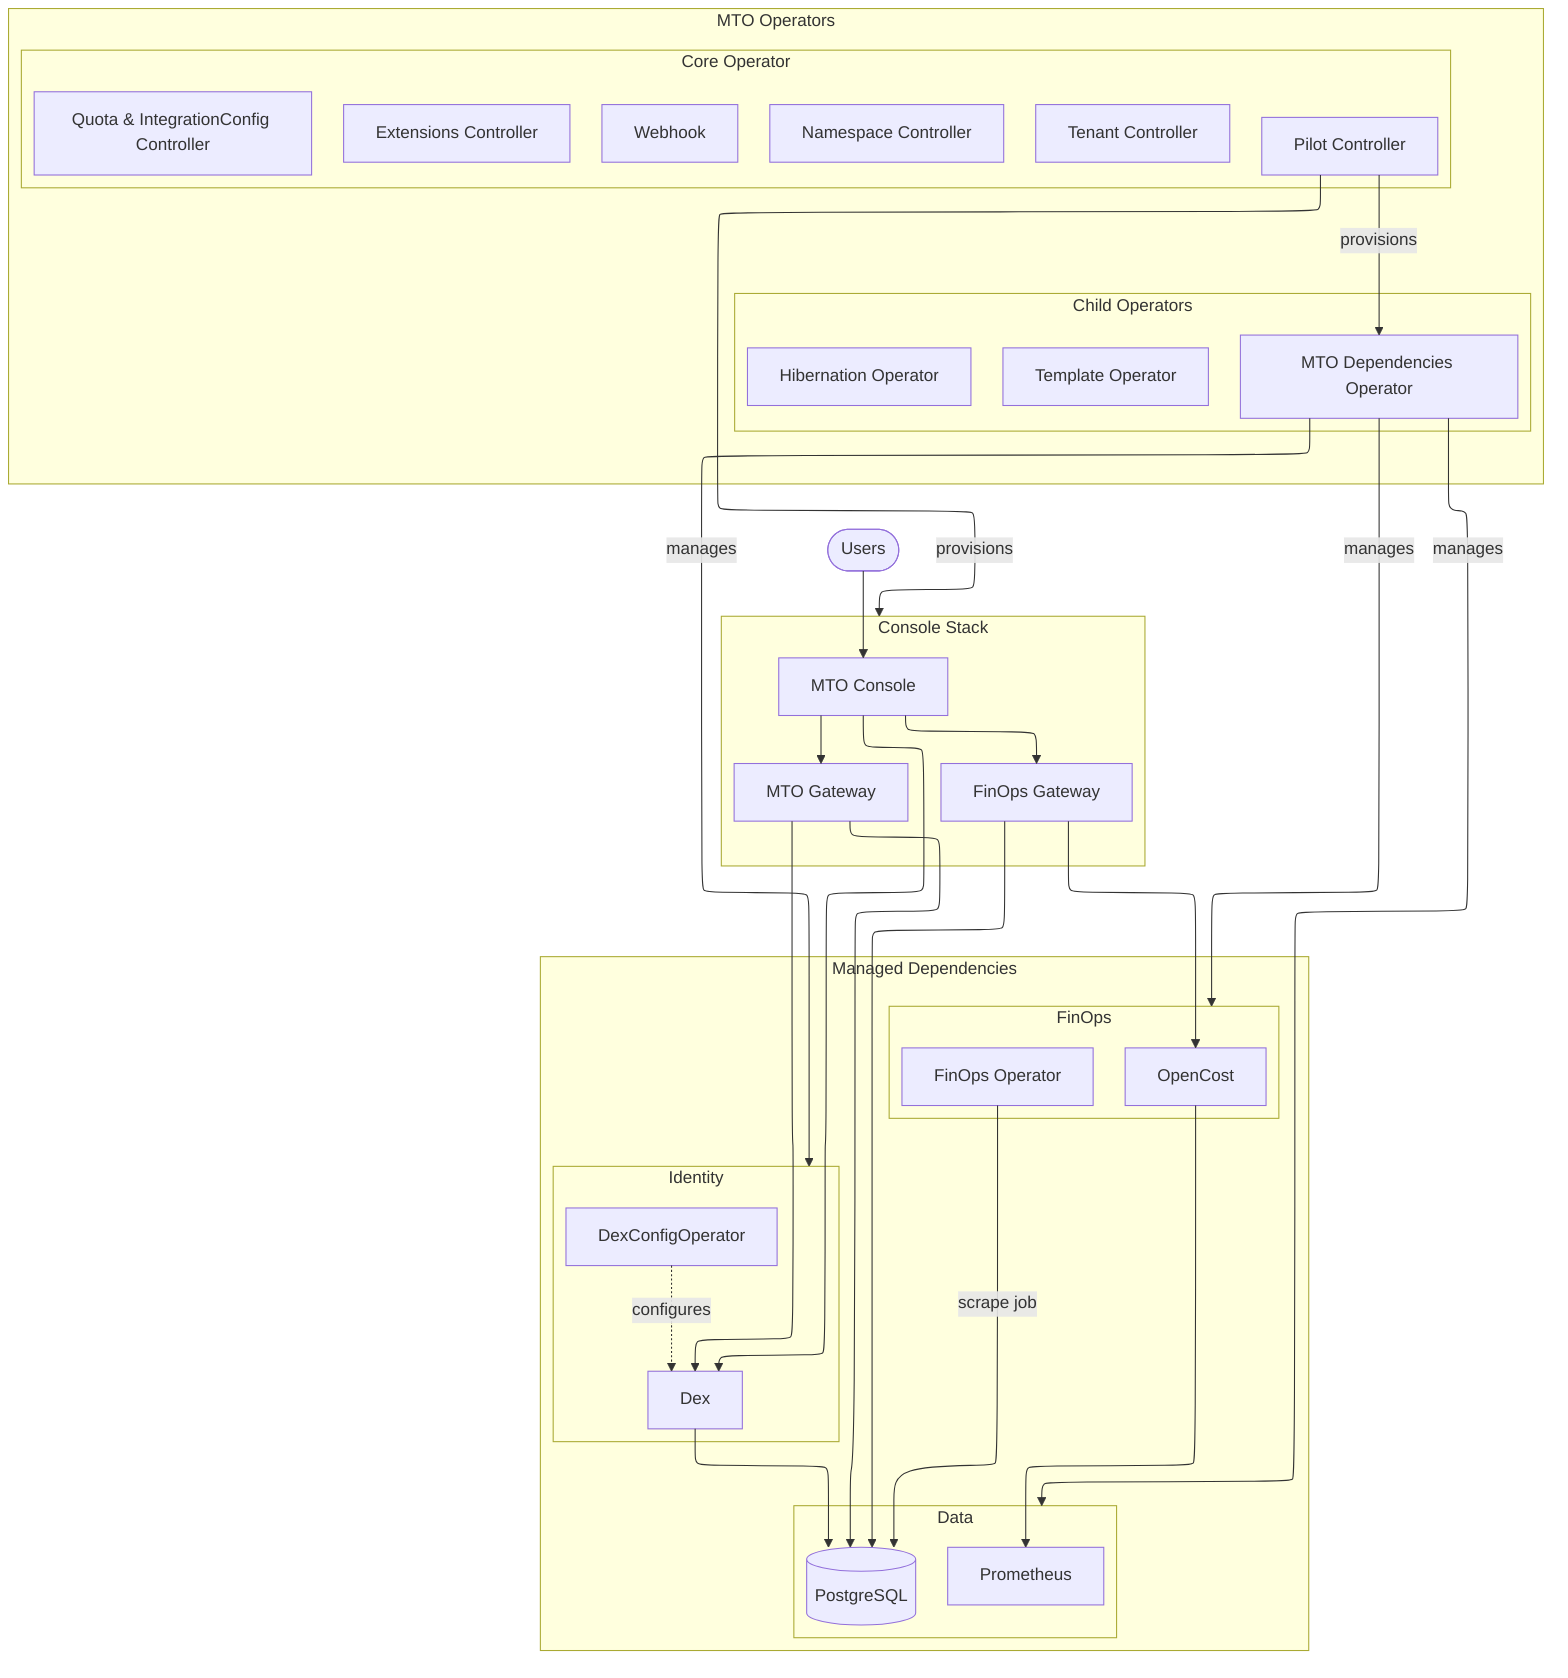
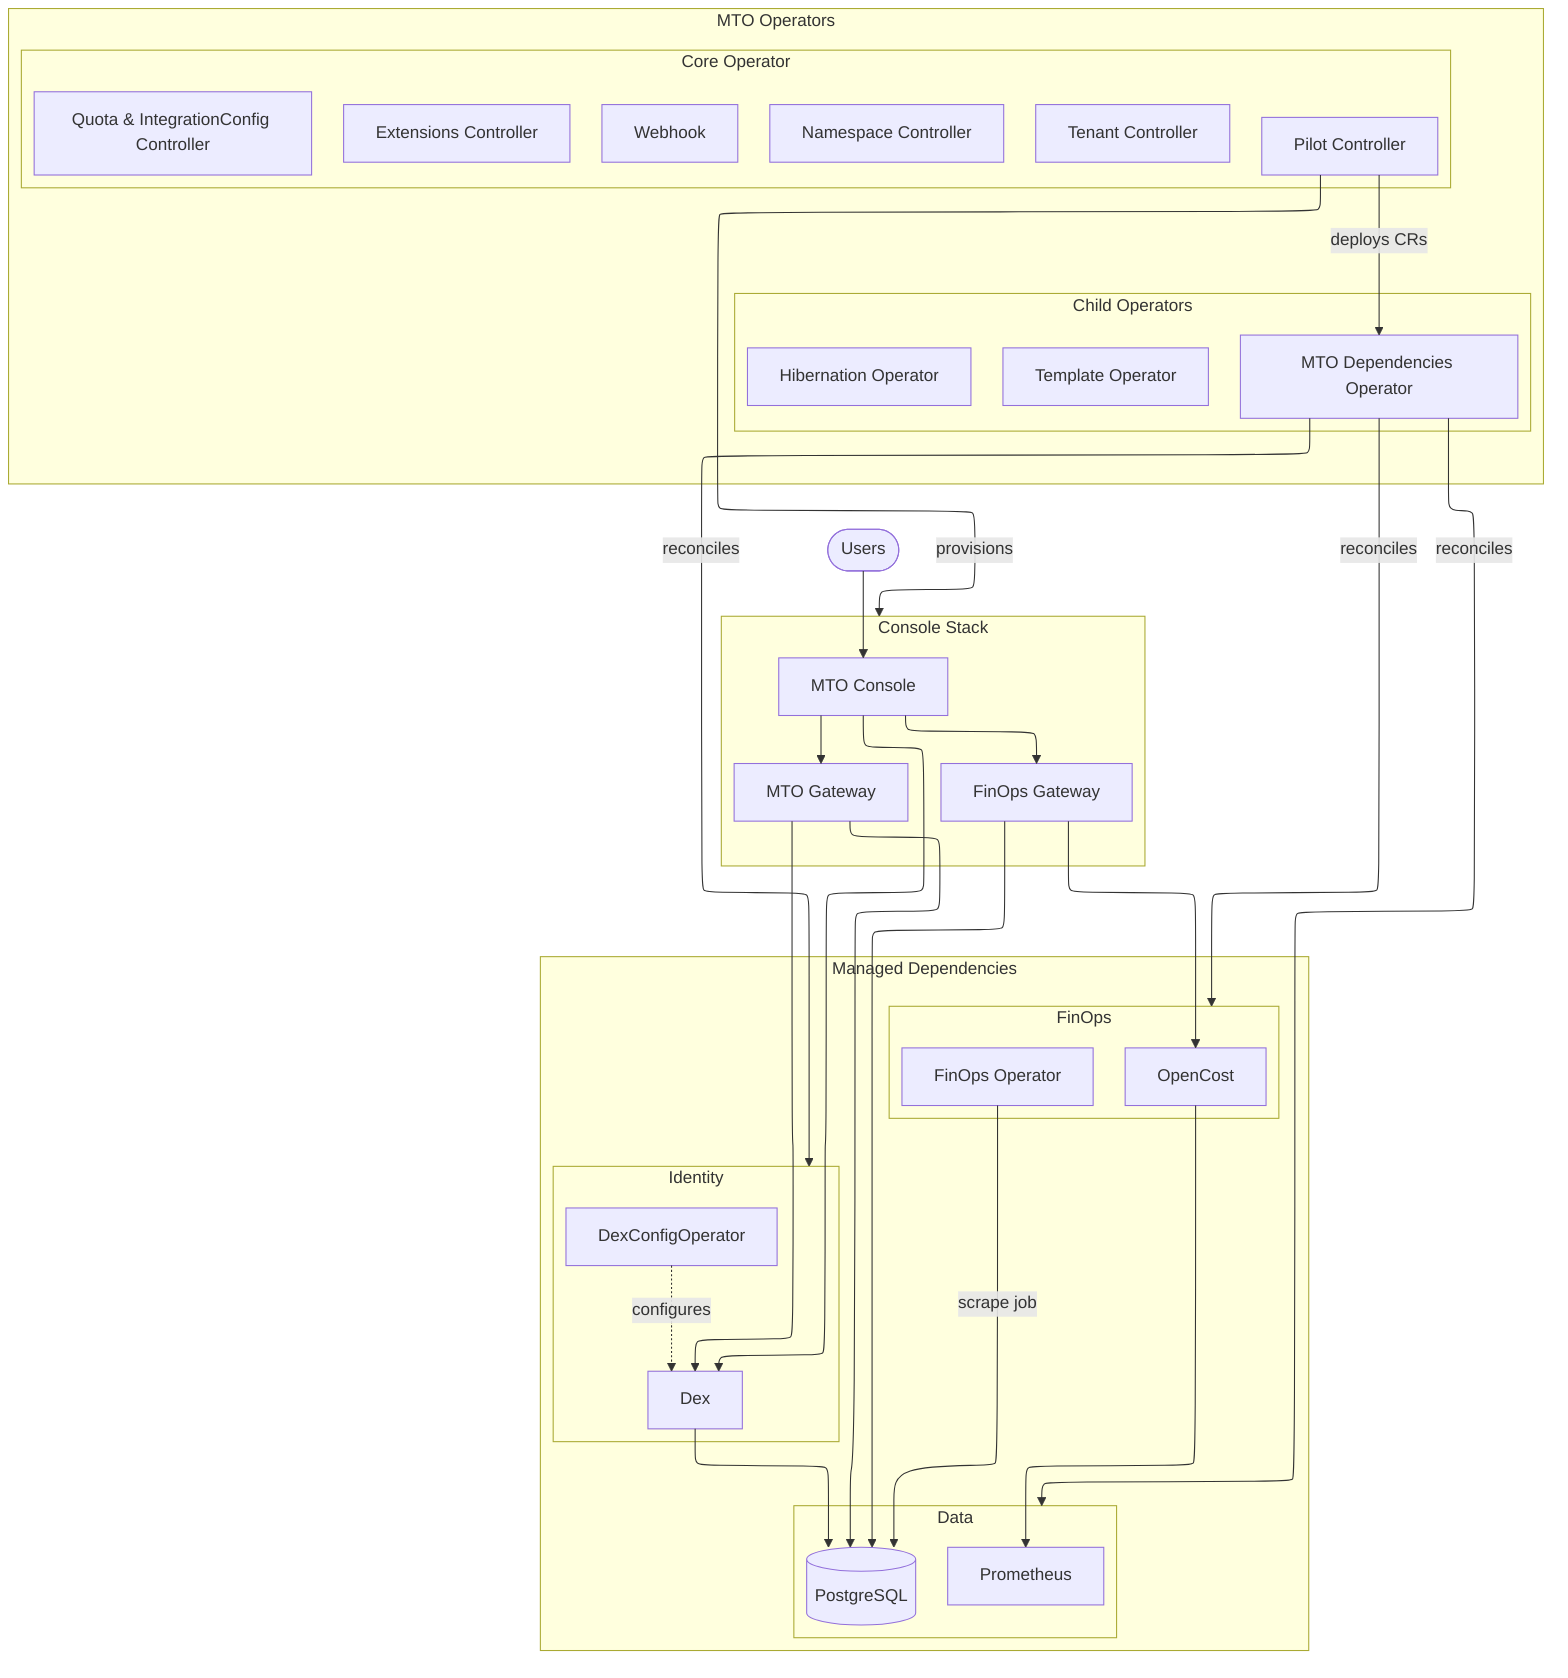
---
config:
  layout: elk
  theme: default
---
flowchart TB
    Users(["Users"])

    subgraph Operators["MTO Operators"]
        direction LR
        subgraph CoreOp["Core Operator"]
            direction TB
            TC["Tenant Controller"]
            NC["Namespace Controller"]
            EC["Extensions Controller"]
            QIC["Quota & IntegrationConfig Controller"]
            PC["Pilot Controller"]
            WH["Webhook"]
        end
        subgraph ChildOps["Child Operators"]
            direction TB
            TmplOp["Template Operator"]
            HibOp["Hibernation Operator"]
            DepsOp["MTO Dependencies Operator"]
        end
    end

    subgraph ConsoleStack["Console Stack"]
        direction LR
        MC["MTO Console"]
        MG["MTO Gateway"]
        FG["FinOps Gateway"]
    end

    subgraph Managed["Managed Dependencies"]
        direction TB
        subgraph Identity["Identity"]
            direction LR
            DX["Dex"]
            DCO["DexConfigOperator"]
        end
        subgraph FinOps["FinOps"]
            direction LR
            FO["FinOps Operator"]
            OC["OpenCost"]
        end
        subgraph Data["Data"]
            direction LR
            PG[("PostgreSQL")]
            PR["Prometheus"]
        end
    end

    Users --> MC
    PC -- provisions --> ConsoleStack
-     PC -- provisions --> DepsOp
-     DepsOp -- manages --> Identity
-     DepsOp -- manages --> FinOps
-     DepsOp -- manages --> Data
+     PC -- deploys CRs --> DepsOp
+     DepsOp -- reconciles --> Identity
+     DepsOp -- reconciles --> FinOps
+     DepsOp -- reconciles --> Data
    MC --> MG
    MC --> FG
    MC --> DX
    MG --> PG
    MG --> DX
    FG --> OC
    FG --> PG
    OC --> PR
    FO -- scrape job --> PG
    DX --> PG
    DCO -. configures .-> DX
